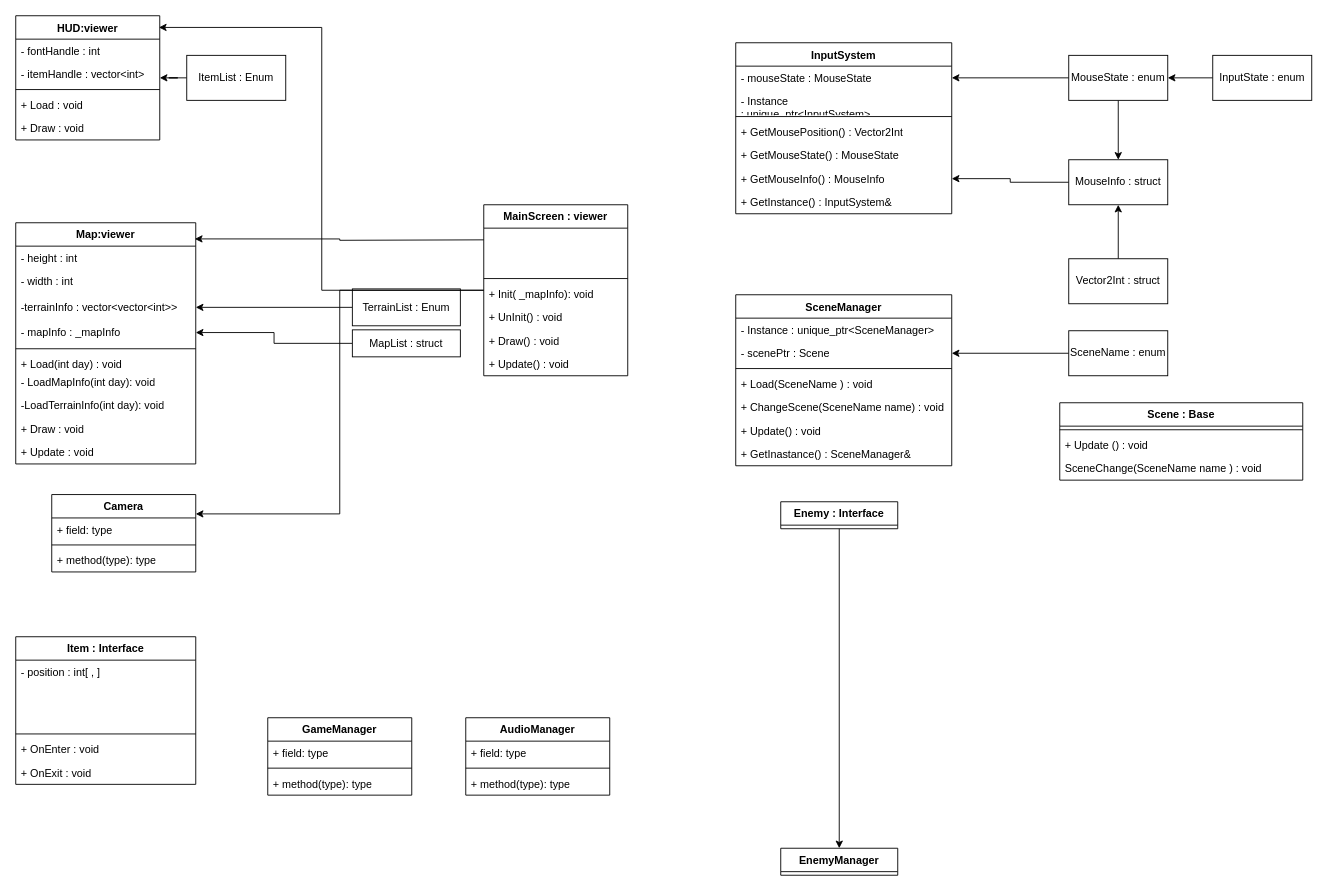
Before: PP2nd_ClassUML.drawio in tky2302126/PP2nd, a draw.io diagram. Source tidied: cells renumbered, new cells numbered last; positions are measured from the earlier drawing's top-left corner, leaving out a move shared by most shapes. Both pictures are drawn from the tidied source at 90%, with x=0, y=0 at pixel (15, 15).
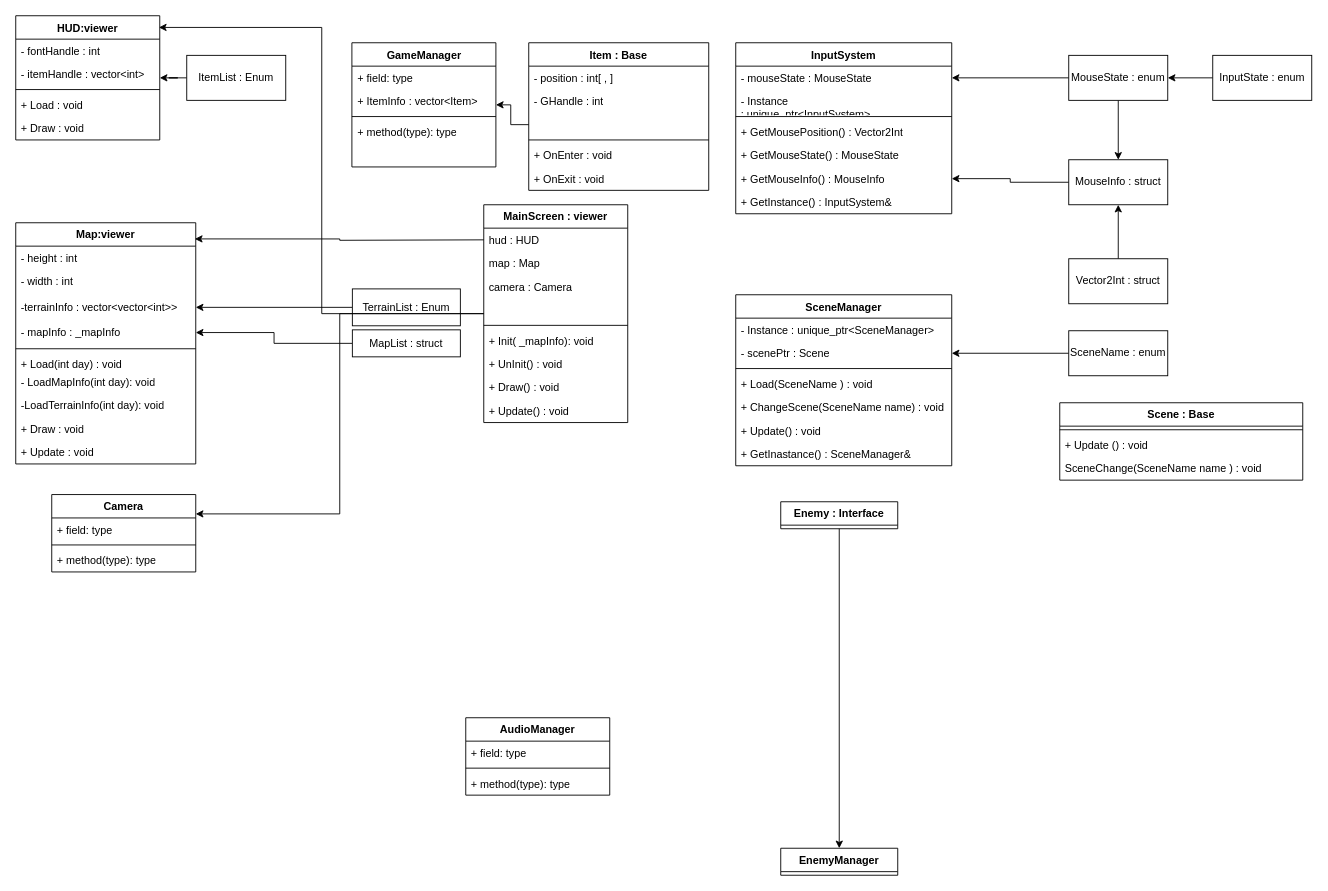
Above is the later version.

The change refers to these unchanged cells:
```xml
<mxCell id="31" style="text;strokeColor=none;fillColor=none;align=left;verticalAlign=top;spacingLeft=4;spacingRight=4;overflow=hidden;points=[[0,0.5],[1,0.5]];portConstraint=eastwest;whiteSpace=wrap;html=1;" parent="28" vertex="1">
  <mxGeometry y="78" width="200" height="26" as="geometry" />
</mxCell>
```

Change to the diagram source:
```diff
@@
-    <mxCell id="28" value="Item : Interface" style="swimlane;fontStyle=1;align=center;verticalAlign=top;horizontal=1;startSize=26;whiteSpace=wrap;html=1;" parent="1" vertex="1">
-      <mxGeometry y="690" width="200" height="164" as="geometry" />
+    <mxCell id="28" value="Item : Base" style="swimlane;fontStyle=1;align=center;verticalAlign=top;horizontal=1;startSize=26;whiteSpace=wrap;html=1;" parent="1" vertex="1">
+      <mxGeometry x="570" y="30" width="200" height="164" as="geometry" />
     </mxCell>
@@
-    <mxCell id="30" style="text;strokeColor=none;fillColor=none;align=left;verticalAlign=top;spacingLeft=4;spacingRight=4;overflow=hidden;whiteSpace=wrap;html=1;" parent="28" vertex="1">
+    <mxCell id="30" value="- GHandle : int" style="text;strokeColor=none;fillColor=none;align=left;verticalAlign=top;spacingLeft=4;spacingRight=4;overflow=hidden;whiteSpace=wrap;html=1;" parent="28" vertex="1">
       <mxGeometry y="52" width="200" height="26" as="geometry" />
     </mxCell>
@@
     <mxCell id="47" value="GameManager" style="swimlane;fontStyle=1;align=center;verticalAlign=top;horizontal=1;startSize=26;whiteSpace=wrap;html=1;" parent="1" vertex="1">
-      <mxGeometry x="280" y="780" width="160" height="86" as="geometry" />
+      <mxGeometry x="373.5" y="30" width="160" height="138" as="geometry" />
     </mxCell>
@@
+    <mxCell id="89" value="+ ItemInfo : vector&amp;lt;Item&amp;gt;" style="text;strokeColor=none;fillColor=none;align=left;verticalAlign=top;spacingLeft=4;spacingRight=4;overflow=hidden;whiteSpace=wrap;html=1;" parent="47" vertex="1">
+      <mxGeometry y="52" width="160" height="26" as="geometry" />
+    </mxCell>
     <mxCell id="49" style="line;strokeWidth=1;fillColor=none;align=left;verticalAlign=middle;spacingTop=-1;spacingLeft=3;spacingRight=3;labelPosition=right;strokeColor=inherit;" parent="47" vertex="1">
-      <mxGeometry y="52" width="160" height="8" as="geometry" />
+      <mxGeometry y="78" width="160" height="8" as="geometry" />
     </mxCell>
     <mxCell id="50" value="+ method(type): type" style="text;strokeColor=none;fillColor=none;align=left;verticalAlign=top;spacingLeft=4;spacingRight=4;overflow=hidden;whiteSpace=wrap;html=1;" parent="47" vertex="1">
-      <mxGeometry y="60" width="160" height="26" as="geometry" />
+      <mxGeometry y="86" width="160" height="26" as="geometry" />
     </mxCell>
+    <mxCell id="90" style="text;strokeColor=none;fillColor=none;align=left;verticalAlign=top;spacingLeft=4;spacingRight=4;overflow=hidden;whiteSpace=wrap;html=1;" parent="47" vertex="1">
+      <mxGeometry y="112" width="160" height="26" as="geometry" />
+    </mxCell>
@@
     <mxCell id="79" value="MainScreen : viewer" style="swimlane;fontStyle=1;align=center;verticalAlign=top;horizontal=1;startSize=26;whiteSpace=wrap;html=1;" parent="1" vertex="1">
-      <mxGeometry x="520" y="210" width="160" height="190" as="geometry" />
+      <mxGeometry x="520" y="210" width="160" height="242" as="geometry" />
     </mxCell>
-    <mxCell id="80" style="text;strokeColor=none;fillColor=none;align=left;verticalAlign=top;spacingLeft=4;spacingRight=4;overflow=hidden;whiteSpace=wrap;html=1;" parent="79" vertex="1">
+    <mxCell id="80" value="hud : HUD" style="text;strokeColor=none;fillColor=none;align=left;verticalAlign=top;spacingLeft=4;spacingRight=4;overflow=hidden;whiteSpace=wrap;html=1;" parent="79" vertex="1">
       <mxGeometry y="26" width="160" height="26" as="geometry" />
     </mxCell>
+    <mxCell id="91" value="map : Map" style="text;strokeColor=none;fillColor=none;align=left;verticalAlign=top;spacingLeft=4;spacingRight=4;overflow=hidden;whiteSpace=wrap;html=1;" parent="79" vertex="1">
+      <mxGeometry y="52" width="160" height="26" as="geometry" />
+    </mxCell>
+    <mxCell id="92" value="camera : Camera" style="text;strokeColor=none;fillColor=none;align=left;verticalAlign=top;spacingLeft=4;spacingRight=4;overflow=hidden;whiteSpace=wrap;html=1;" parent="79" vertex="1">
+      <mxGeometry y="78" width="160" height="26" as="geometry" />
+    </mxCell>
     <mxCell id="81" style="text;strokeColor=none;fillColor=none;align=left;verticalAlign=top;spacingLeft=4;spacingRight=4;overflow=hidden;whiteSpace=wrap;html=1;" parent="79" vertex="1">
-      <mxGeometry y="52" width="160" height="26" as="geometry" />
+      <mxGeometry y="104" width="160" height="26" as="geometry" />
     </mxCell>
     <mxCell id="82" style="line;strokeWidth=1;fillColor=none;align=left;verticalAlign=middle;spacingTop=-1;spacingLeft=3;spacingRight=3;labelPosition=right;strokeColor=inherit;" parent="79" vertex="1">
-      <mxGeometry y="78" width="160" height="8" as="geometry" />
+      <mxGeometry y="130" width="160" height="8" as="geometry" />
     </mxCell>
     <mxCell id="83" value="+ Init( _mapInfo): void" style="text;strokeColor=none;fillColor=none;align=left;verticalAlign=top;spacingLeft=4;spacingRight=4;overflow=hidden;whiteSpace=wrap;html=1;" parent="79" vertex="1">
-      <mxGeometry y="86" width="160" height="26" as="geometry" />
+      <mxGeometry y="138" width="160" height="26" as="geometry" />
     </mxCell>
     <mxCell id="84" value="+ UnInit() : void" style="text;strokeColor=none;fillColor=none;align=left;verticalAlign=top;spacingLeft=4;spacingRight=4;overflow=hidden;whiteSpace=wrap;html=1;" parent="79" vertex="1">
-      <mxGeometry y="112" width="160" height="26" as="geometry" />
+      <mxGeometry y="164" width="160" height="26" as="geometry" />
     </mxCell>
     <mxCell id="85" value="+ Draw() : void" style="text;strokeColor=none;fillColor=none;align=left;verticalAlign=top;spacingLeft=4;spacingRight=4;overflow=hidden;whiteSpace=wrap;html=1;" parent="79" vertex="1">
-      <mxGeometry y="138" width="160" height="26" as="geometry" />
+      <mxGeometry y="190" width="160" height="26" as="geometry" />
     </mxCell>
     <mxCell id="86" value="+ Update() : void" style="text;strokeColor=none;fillColor=none;align=left;verticalAlign=top;spacingLeft=4;spacingRight=4;overflow=hidden;whiteSpace=wrap;html=1;" parent="79" vertex="1">
-      <mxGeometry y="164" width="160" height="26" as="geometry" />
+      <mxGeometry y="216" width="160" height="26" as="geometry" />
     </mxCell>
@@
+    <mxCell id="93" style="edgeStyle=orthogonalEdgeStyle;rounded=0;jettySize=auto;html=1;entryX=1;entryY=0.5;entryDx=0;entryDy=0;" parent="1" edge="1" source="31" target="47">
+      <mxGeometry relative="1" as="geometry" />
+    </mxCell>
```
